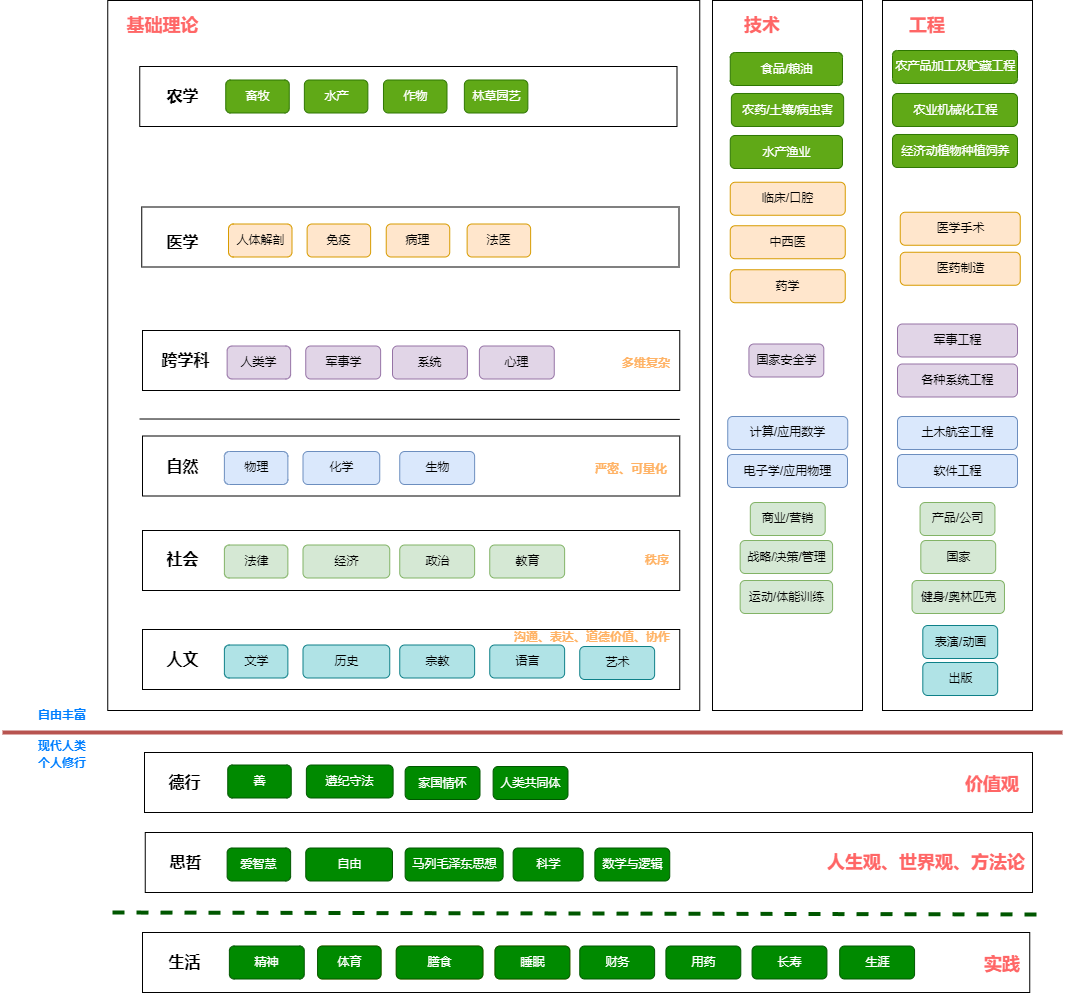
Before: image/big-science.drawio.png, a diagram exported from draw.io (codefossil/livingbook). Source tidied: cells renumbered, new cells last; positions are measured from the earlier drawing's top-left corner, leaving out a move shared by most shapes.
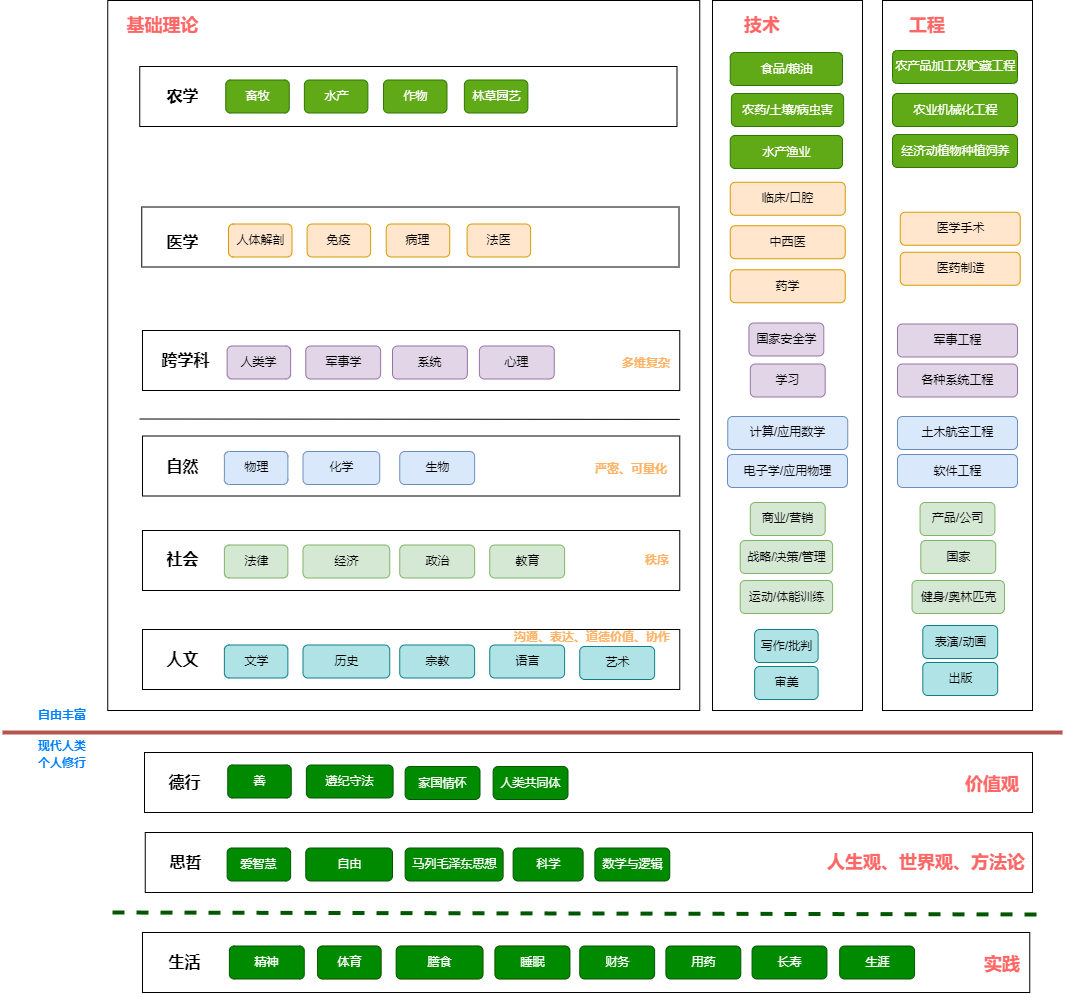
After the commit.

Change to the diagram source:
```diff
@@ -288,7 +288,7 @@
       <mxGeometry x="476.9" y="345.5" width="74.9" height="33" as="geometry" />
     </mxCell>
     <mxCell id="94" value="国家安全学" style="rounded=1;fillColor=#e1d5e7;strokeColor=#9673a6;html=1;align=center;verticalAlign=middle;fontStyle=0;fontSize=12;sketch=0;shadow=0;" parent="1" vertex="1">
-      <mxGeometry x="746.4" y="343.5" width="74.9" height="33" as="geometry" />
+      <mxGeometry x="746.4" y="322.5" width="74.9" height="33" as="geometry" />
     </mxCell>
     <mxCell id="95" value="商业/营销" style="rounded=1;fillColor=#d5e8d4;strokeColor=#82b366;html=1;align=center;verticalAlign=middle;fontStyle=0;fontSize=12;sketch=0;shadow=0;" parent="1" vertex="1">
       <mxGeometry x="747.8" y="502" width="74.9" height="33" as="geometry" />
@@ -329,5 +329,14 @@
     <mxCell id="107" value="健身/奥林匹克" style="rounded=1;fillColor=#d5e8d4;strokeColor=#82b366;html=1;align=center;verticalAlign=middle;fontStyle=0;fontSize=12;sketch=0;shadow=0;" parent="1" vertex="1">
       <mxGeometry x="909.5" y="580" width="92.4" height="33" as="geometry" />
     </mxCell>
+    <mxCell id="108" value="学习" style="rounded=1;fillColor=#e1d5e7;strokeColor=#9673a6;html=1;align=center;verticalAlign=middle;fontStyle=0;fontSize=12;sketch=0;shadow=0;" parent="1" vertex="1">
+      <mxGeometry x="747.8" y="363.5" width="74.9" height="33" as="geometry" />
+    </mxCell>
+    <mxCell id="109" value="写作/批判" style="rounded=1;fillColor=#b0e3e6;strokeColor=#0e8088;html=1;align=center;verticalAlign=middle;fontStyle=0;fontSize=12;sketch=0;shadow=0;" parent="1" vertex="1">
+      <mxGeometry x="752.1" y="629" width="63.5" height="33" as="geometry" />
+    </mxCell>
+    <mxCell id="110" value="审美" style="rounded=1;fillColor=#b0e3e6;strokeColor=#0e8088;html=1;align=center;verticalAlign=middle;fontStyle=0;fontSize=12;sketch=0;shadow=0;" parent="1" vertex="1">
+      <mxGeometry x="752.1" y="666" width="63.5" height="33" as="geometry" />
+    </mxCell>
   </root>
 </mxGraphModel>
```
